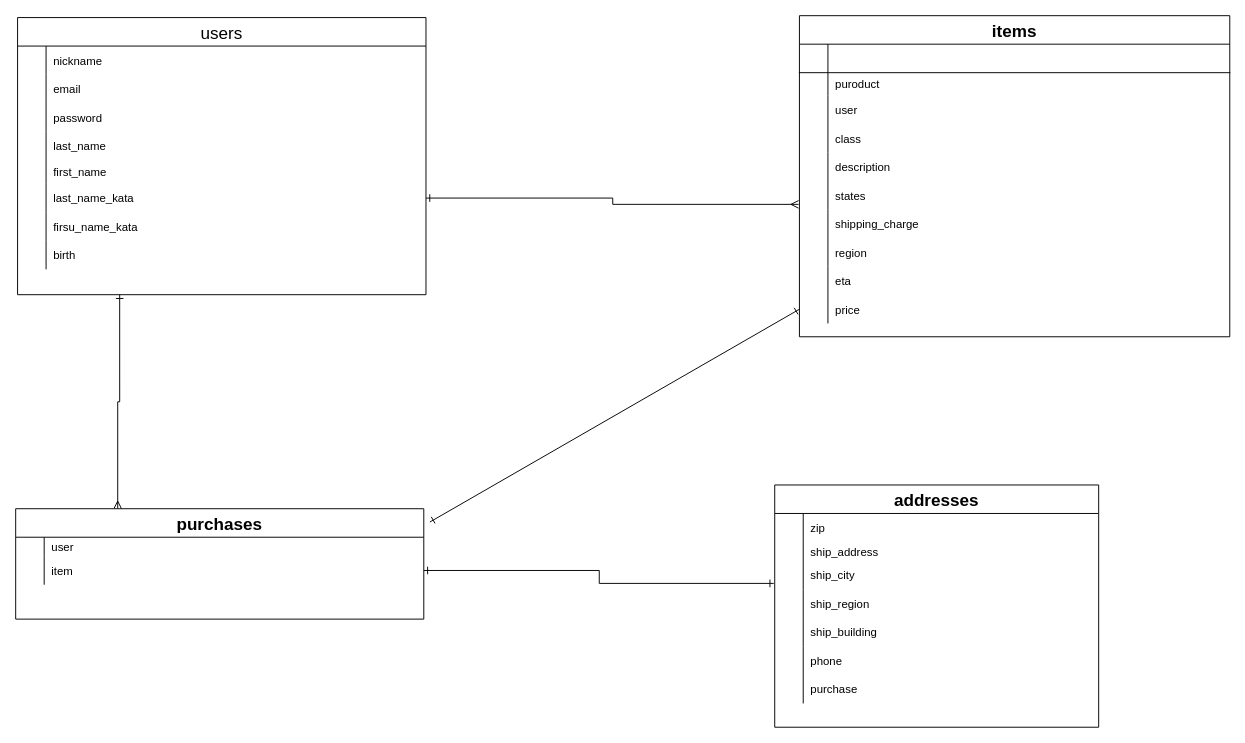
Earlier version of the draw.io diagram furima.dio (root-344/furima-33910). Source tidied: cells renumbered, new cells numbered last; positions are measured from the earlier drawing's top-left corner, leaving out a move shared by most shapes. Both pictures are drawn from the tidied source at 95%, with x=0, y=0 at pixel (15, 15).
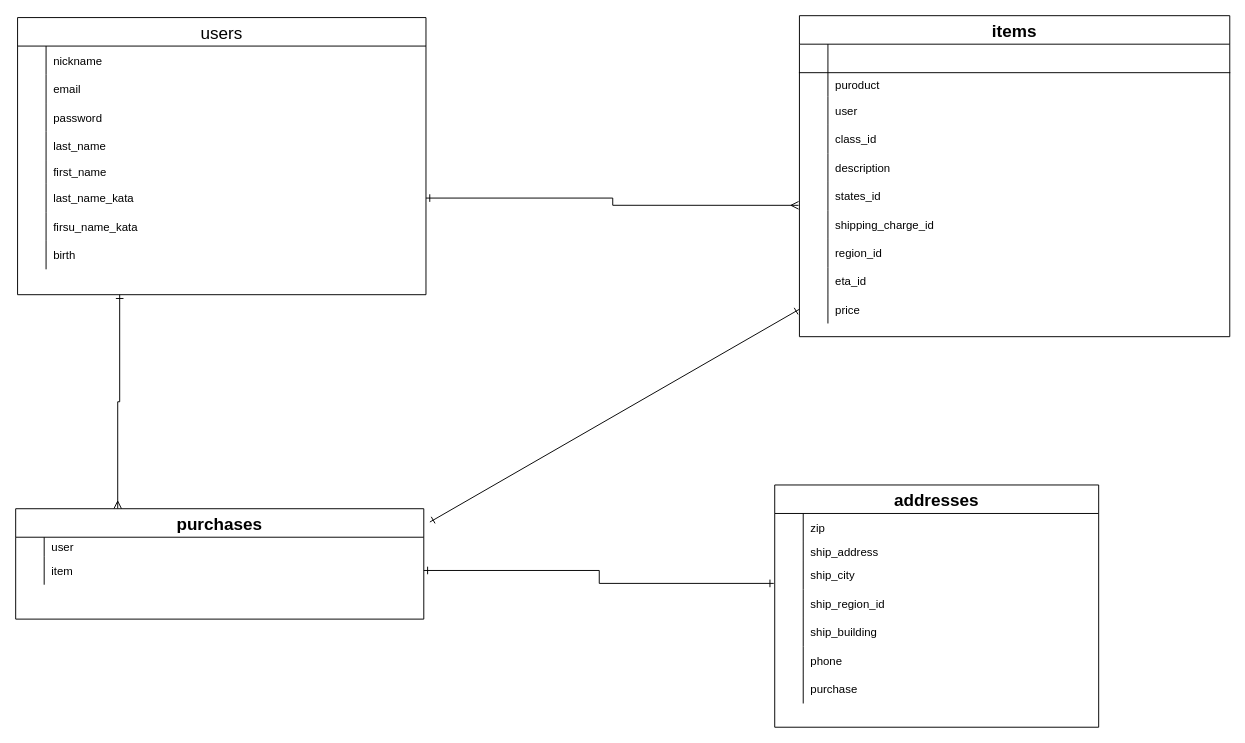
After the change.

Commit message (it also covers changes not shown here):
itemsテーブル修正

Unchanged cells that the change refers to:
```xml
<mxCell id="76" style="shape=partialRectangle;fillColor=none;top=0;left=0;bottom=0;right=0;fontSize=18;align=center;" parent="66" vertex="1">
  <mxGeometry y="110" width="341" height="30" as="geometry" />
</mxCell>
```

The edit, as a diff of the source:
```diff
@@
     <mxCell id="28" value="items" style="shape=table;startSize=30;childLayout=tableLayout;rowLines=0;fontStyle=1;align=center;fontSize=18;" parent="1" vertex="1">
-      <mxGeometry x="825" width="453" height="338" as="geometry" />
+      <mxGeometry x="825" width="453" height="337.9" as="geometry" />
     </mxCell>
@@
     <mxCell id="32" style="shape=partialRectangle;fillColor=none;top=0;left=0;bottom=0;right=0;" parent="28" vertex="1">
-      <mxGeometry y="60" width="453" height="24" as="geometry" />
+      <mxGeometry y="60" width="453" height="25" as="geometry" />
     </mxCell>
     <mxCell id="33" style="shape=partialRectangle;fillColor=none;top=0;left=0;bottom=0;right=0;overflow=hidden;" parent="32" vertex="1">
-      <mxGeometry width="30" height="24" as="geometry" />
+      <mxGeometry width="30" height="25" as="geometry" />
     </mxCell>
     <mxCell id="34" value="puroduct" style="shape=partialRectangle;fillColor=none;top=0;left=0;bottom=0;right=0;align=left;spacingLeft=6;overflow=hidden;" parent="32" vertex="1">
-      <mxGeometry x="30" width="423" height="24" as="geometry" />
+      <mxGeometry x="30" width="423" height="25" as="geometry" />
     </mxCell>
     <mxCell id="35" style="shape=partialRectangle;fillColor=none;top=0;left=0;bottom=0;right=0;" parent="28" vertex="1">
-      <mxGeometry y="84" width="453" height="30" as="geometry" />
+      <mxGeometry y="85" width="453" height="30" as="geometry" />
     </mxCell>
@@
     <mxCell id="38" style="shape=partialRectangle;fillColor=none;top=0;left=0;bottom=0;right=0;" parent="28" vertex="1">
-      <mxGeometry y="114" width="453" height="30" as="geometry" />
+      <mxGeometry y="115" width="453" height="30" as="geometry" />
     </mxCell>
@@
-    <mxCell id="40" value="class" style="shape=partialRectangle;fillColor=none;top=0;left=0;bottom=0;right=0;align=left;spacingLeft=6;overflow=hidden;" parent="38" vertex="1">
+    <mxCell id="40" value="class_id" style="shape=partialRectangle;fillColor=none;top=0;left=0;bottom=0;right=0;align=left;spacingLeft=6;overflow=hidden;" parent="38" vertex="1">
       <mxGeometry x="30" width="423" height="30" as="geometry" />
     </mxCell>
     <mxCell id="41" style="shape=partialRectangle;fillColor=none;top=0;left=0;bottom=0;right=0;fontSize=18;align=center;" parent="28" vertex="1">
-      <mxGeometry y="144" width="453" height="30" as="geometry" />
+      <mxGeometry y="145" width="453" height="30" as="geometry" />
     </mxCell>
@@
     <mxCell id="44" style="shape=partialRectangle;fillColor=none;top=0;left=0;bottom=0;right=0;points=[[0,0.5],[1,0.5]];portConstraint=eastwest;fontSize=18;align=center;" parent="28" vertex="1">
-      <mxGeometry y="174" width="453" height="30" as="geometry" />
+      <mxGeometry y="175" width="453" height="30" as="geometry" />
     </mxCell>
@@
-    <mxCell id="46" value="states" style="shape=partialRectangle;fillColor=none;top=0;left=0;bottom=0;right=0;align=left;spacingLeft=6;overflow=hidden;" parent="44" vertex="1">
+    <mxCell id="46" value="states_id" style="shape=partialRectangle;fillColor=none;top=0;left=0;bottom=0;right=0;align=left;spacingLeft=6;overflow=hidden;" parent="44" vertex="1">
       <mxGeometry x="30" width="423" height="30" as="geometry" />
     </mxCell>
     <mxCell id="47" style="shape=partialRectangle;fillColor=none;top=0;left=0;bottom=0;right=0;fontSize=18;align=center;" parent="28" vertex="1">
-      <mxGeometry y="204" width="453" height="30" as="geometry" />
+      <mxGeometry y="205" width="453" height="30" as="geometry" />
     </mxCell>
@@
-    <mxCell id="49" value="shipping_charge" style="shape=partialRectangle;fillColor=none;top=0;left=0;bottom=0;right=0;align=left;spacingLeft=6;overflow=hidden;" parent="47" vertex="1">
+    <mxCell id="49" value="shipping_charge_id" style="shape=partialRectangle;fillColor=none;top=0;left=0;bottom=0;right=0;align=left;spacingLeft=6;overflow=hidden;" parent="47" vertex="1">
       <mxGeometry x="30" width="423" height="30" as="geometry" />
     </mxCell>
     <mxCell id="50" style="shape=partialRectangle;fillColor=none;top=0;left=0;bottom=0;right=0;fontSize=18;align=center;" parent="28" vertex="1">
-      <mxGeometry y="234" width="453" height="30" as="geometry" />
+      <mxGeometry y="235" width="453" height="30" as="geometry" />
     </mxCell>
@@
-    <mxCell id="52" value="region" style="shape=partialRectangle;fillColor=none;top=0;left=0;bottom=0;right=0;align=left;spacingLeft=6;overflow=hidden;" parent="50" vertex="1">
+    <mxCell id="52" value="region_id" style="shape=partialRectangle;fillColor=none;top=0;left=0;bottom=0;right=0;align=left;spacingLeft=6;overflow=hidden;" parent="50" vertex="1">
       <mxGeometry x="30" width="423" height="30" as="geometry" />
     </mxCell>
     <mxCell id="53" style="shape=partialRectangle;fillColor=none;top=0;left=0;bottom=0;right=0;fontSize=18;align=center;" parent="28" vertex="1">
-      <mxGeometry y="264" width="453" height="30" as="geometry" />
+      <mxGeometry y="265" width="453" height="29" as="geometry" />
     </mxCell>
     <mxCell id="54" style="shape=partialRectangle;fillColor=none;top=0;left=0;bottom=0;right=0;overflow=hidden;" parent="53" vertex="1">
-      <mxGeometry width="30" height="30" as="geometry" />
+      <mxGeometry width="30" height="29" as="geometry" />
     </mxCell>
-    <mxCell id="55" value="eta" style="shape=partialRectangle;fillColor=none;top=0;left=0;bottom=0;right=0;align=left;spacingLeft=6;overflow=hidden;" parent="53" vertex="1">
-      <mxGeometry x="30" width="423" height="30" as="geometry" />
+    <mxCell id="55" value="eta_id" style="shape=partialRectangle;fillColor=none;top=0;left=0;bottom=0;right=0;align=left;spacingLeft=6;overflow=hidden;" parent="53" vertex="1">
+      <mxGeometry x="30" width="423" height="29" as="geometry" />
     </mxCell>
@@
-    <mxCell id="78" value="ship_region" style="shape=partialRectangle;fillColor=none;top=0;left=0;bottom=0;right=0;align=left;spacingLeft=6;overflow=hidden;" parent="76" vertex="1">
+    <mxCell id="78" value="ship_region_id" style="shape=partialRectangle;fillColor=none;top=0;left=0;bottom=0;right=0;align=left;spacingLeft=6;overflow=hidden;" parent="76" vertex="1">
       <mxGeometry x="30" width="311" height="30" as="geometry" />
     </mxCell>
```
